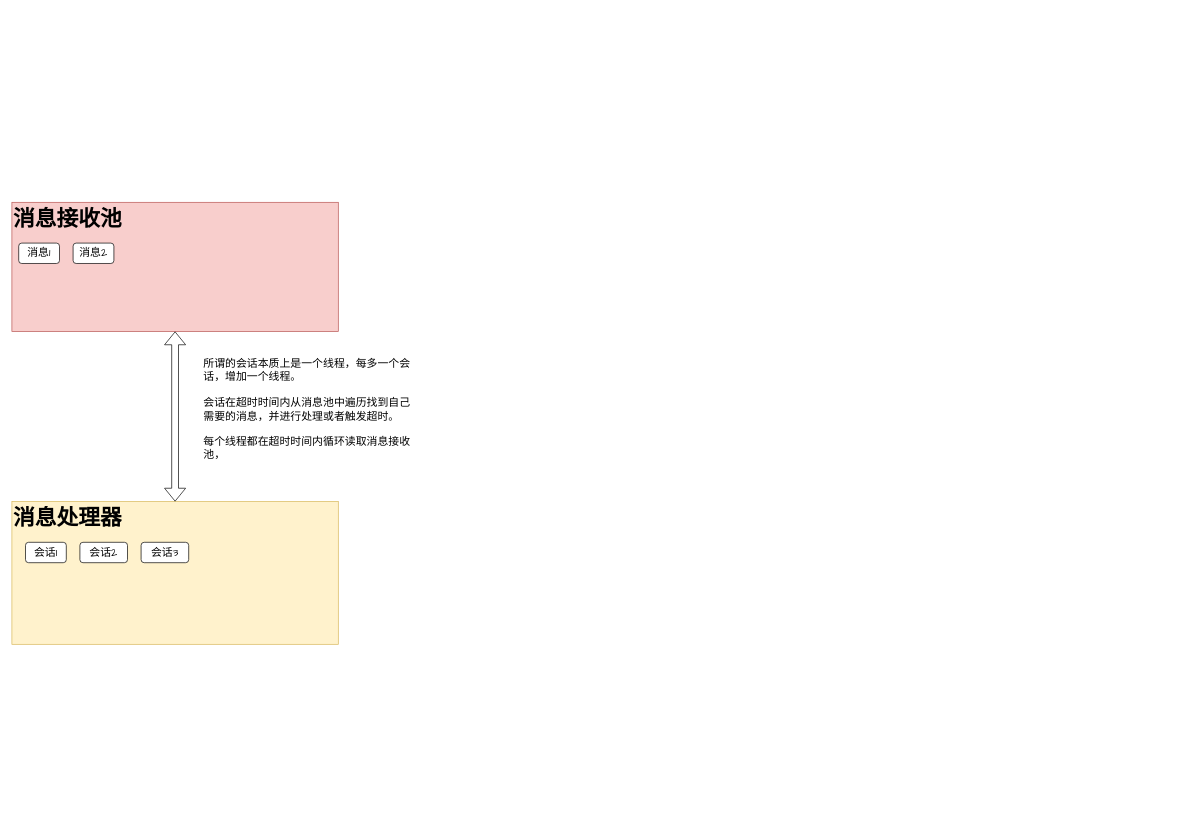
Above: page "SECS/Gem消息处理机制" (2 of 6) of 流程图绘制.drawio in ZerosZhang/Draft-Record (draw.io), before the change. Source tidied: cells renumbered, new cells numbered last; positions are measured from the earlier drawing's top-left corner, leaving out a move shared by most shapes. Both pictures are drawn from the tidied source at 68%, with x=0, y=0 at pixel (12, 202).
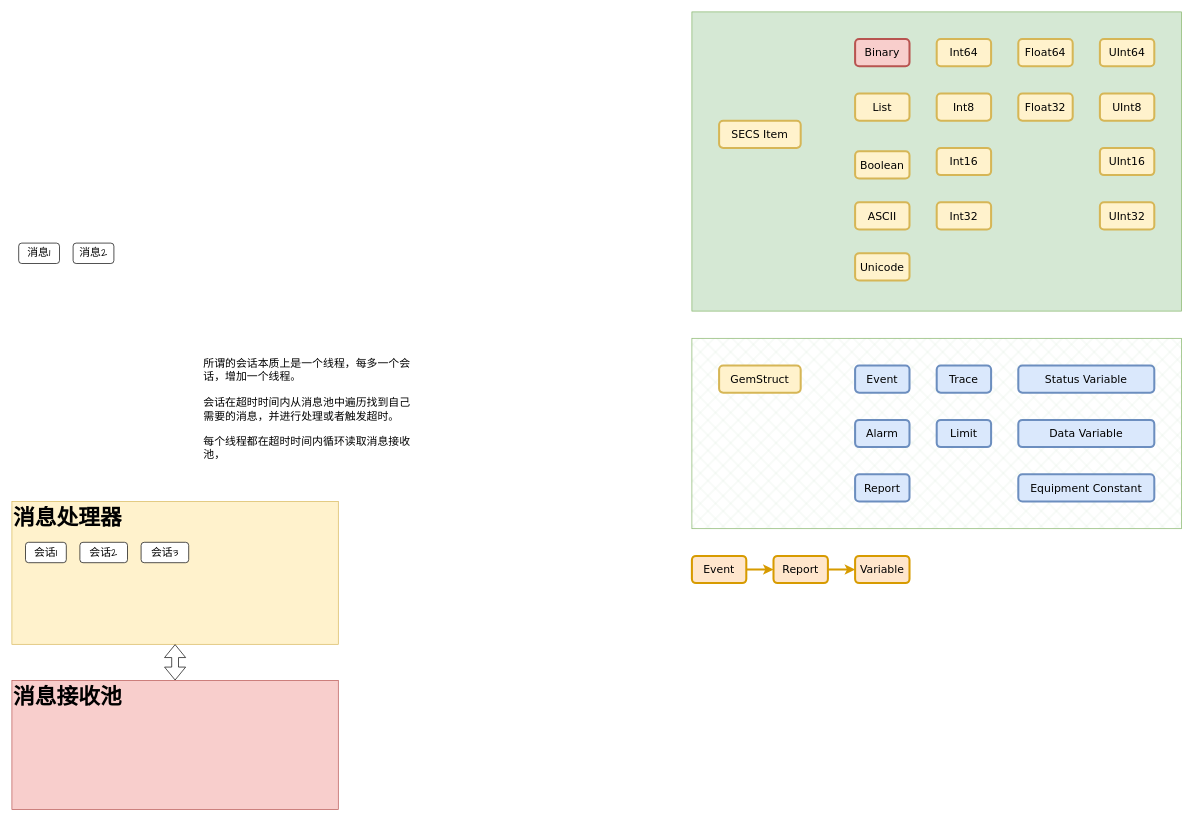
The same page after the edit.

Change to the diagram source:
```diff
@@
+    <mxCell id="11" value="&lt;h1 style=&quot;margin-top: 0px;&quot;&gt;&lt;br&gt;&lt;/h1&gt;" style="text;html=1;whiteSpace=wrap;overflow=hidden;rounded=0;fontFamily=Comic Sans MS;strokeColor=#82b366;glass=0;shadow=0;fillColor=#d5e8d4;spacingLeft=10;fillStyle=cross-hatch;" parent="1" vertex="1">
+      <mxGeometry x="1000" y="200" width="720" height="280" as="geometry" />
+    </mxCell>
+    <mxCell id="12" value="&lt;h1 style=&quot;margin-top: 0px;&quot;&gt;&lt;br&gt;&lt;/h1&gt;" style="text;html=1;whiteSpace=wrap;overflow=hidden;rounded=0;fontFamily=Comic Sans MS;strokeColor=#82b366;glass=0;shadow=0;fillColor=#d5e8d4;spacingLeft=10;" parent="1" vertex="1">
+      <mxGeometry x="1000" y="-280" width="720" height="440" as="geometry" />
+    </mxCell>
@@
     <mxCell id="6" value="&lt;h1 style=&quot;margin-top: 0px;&quot;&gt;消息接收池&lt;/h1&gt;&lt;p&gt;&lt;br&gt;&lt;/p&gt;" style="text;html=1;whiteSpace=wrap;overflow=hidden;rounded=0;fontFamily=Comic Sans MS;fontSize=16;fillColor=#f8cecc;strokeColor=#b85450;" parent="1" vertex="1">
-      <mxGeometry width="480" height="190" as="geometry" />
+      <mxGeometry y="703" width="480" height="190" as="geometry" />
     </mxCell>
@@
+    <mxCell id="13" value="Binary" style="whiteSpace=wrap;html=1;rounded=1;fillStyle=auto;strokeColor=#b85450;strokeWidth=3;align=center;verticalAlign=middle;fontFamily=Verdana;fontSize=16;labelBackgroundColor=none;fillColor=#f8cecc;" parent="1" vertex="1">
+      <mxGeometry x="1240" y="-240" width="80" height="40" as="geometry" />
+    </mxCell>
+    <mxCell id="14" value="SECS Item" style="whiteSpace=wrap;html=1;rounded=1;fillStyle=auto;strokeColor=#d6b656;strokeWidth=3;align=center;verticalAlign=middle;fontFamily=Verdana;fontSize=16;fontColor=default;labelBackgroundColor=none;fillColor=#fff2cc;" parent="1" vertex="1">
+      <mxGeometry x="1040" y="-120" width="120" height="40" as="geometry" />
+    </mxCell>
+    <mxCell id="15" value="List" style="whiteSpace=wrap;html=1;rounded=1;fillStyle=auto;strokeColor=#d6b656;strokeWidth=3;align=center;verticalAlign=middle;fontFamily=Verdana;fontSize=16;fontColor=default;labelBackgroundColor=none;fillColor=#fff2cc;" parent="1" vertex="1">
+      <mxGeometry x="1240" y="-160" width="80" height="40" as="geometry" />
+    </mxCell>
+    <mxCell id="16" value="Boolean" style="whiteSpace=wrap;html=1;rounded=1;fillStyle=auto;strokeColor=#d6b656;strokeWidth=3;align=center;verticalAlign=middle;fontFamily=Verdana;fontSize=16;fontColor=default;labelBackgroundColor=none;fillColor=#fff2cc;" parent="1" vertex="1">
+      <mxGeometry x="1240" y="-75" width="80" height="40" as="geometry" />
+    </mxCell>
+    <mxCell id="17" value="ASCII" style="whiteSpace=wrap;html=1;rounded=1;fillStyle=auto;strokeColor=#d6b656;strokeWidth=3;align=center;verticalAlign=middle;fontFamily=Verdana;fontSize=16;fontColor=default;labelBackgroundColor=none;fillColor=#fff2cc;" parent="1" vertex="1">
+      <mxGeometry x="1240" width="80" height="40" as="geometry" />
+    </mxCell>
+    <mxCell id="18" value="Unicode" style="whiteSpace=wrap;html=1;rounded=1;fillStyle=auto;strokeColor=#d6b656;strokeWidth=3;align=center;verticalAlign=middle;fontFamily=Verdana;fontSize=16;fontColor=default;labelBackgroundColor=none;fillColor=#fff2cc;" parent="1" vertex="1">
+      <mxGeometry x="1240" y="75" width="80" height="40" as="geometry" />
+    </mxCell>
+    <mxCell id="19" value="Int64" style="whiteSpace=wrap;html=1;rounded=1;fillStyle=auto;strokeColor=#d6b656;strokeWidth=3;align=center;verticalAlign=middle;fontFamily=Verdana;fontSize=16;fontColor=default;labelBackgroundColor=none;fillColor=#fff2cc;" parent="1" vertex="1">
+      <mxGeometry x="1360" y="-240" width="80" height="40" as="geometry" />
+    </mxCell>
+    <mxCell id="20" value="Int8" style="whiteSpace=wrap;html=1;rounded=1;fillStyle=auto;strokeColor=#d6b656;strokeWidth=3;align=center;verticalAlign=middle;fontFamily=Verdana;fontSize=16;fontColor=default;labelBackgroundColor=none;fillColor=#fff2cc;" parent="1" vertex="1">
+      <mxGeometry x="1360" y="-160" width="80" height="40" as="geometry" />
+    </mxCell>
+    <mxCell id="21" value="Int16" style="whiteSpace=wrap;html=1;rounded=1;fillStyle=auto;strokeColor=#d6b656;strokeWidth=3;align=center;verticalAlign=middle;fontFamily=Verdana;fontSize=16;fontColor=default;labelBackgroundColor=none;fillColor=#fff2cc;" parent="1" vertex="1">
+      <mxGeometry x="1360" y="-80" width="80" height="40" as="geometry" />
+    </mxCell>
+    <mxCell id="22" value="Int32" style="whiteSpace=wrap;html=1;rounded=1;fillStyle=auto;strokeColor=#d6b656;strokeWidth=3;align=center;verticalAlign=middle;fontFamily=Verdana;fontSize=16;fontColor=default;labelBackgroundColor=none;fillColor=#fff2cc;" parent="1" vertex="1">
+      <mxGeometry x="1360" width="80" height="40" as="geometry" />
+    </mxCell>
+    <mxCell id="23" value="Float64" style="whiteSpace=wrap;html=1;rounded=1;fillStyle=auto;strokeColor=#d6b656;strokeWidth=3;align=center;verticalAlign=middle;fontFamily=Verdana;fontSize=16;fontColor=default;labelBackgroundColor=none;fillColor=#fff2cc;" parent="1" vertex="1">
+      <mxGeometry x="1480" y="-240" width="80" height="40" as="geometry" />
+    </mxCell>
+    <mxCell id="24" value="Float32" style="whiteSpace=wrap;html=1;rounded=1;fillStyle=auto;strokeColor=#d6b656;strokeWidth=3;align=center;verticalAlign=middle;fontFamily=Verdana;fontSize=16;fontColor=default;labelBackgroundColor=none;fillColor=#fff2cc;" parent="1" vertex="1">
+      <mxGeometry x="1480" y="-160" width="80" height="40" as="geometry" />
+    </mxCell>
+    <mxCell id="25" value="UInt64" style="whiteSpace=wrap;html=1;rounded=1;fillStyle=auto;strokeColor=#d6b656;strokeWidth=3;align=center;verticalAlign=middle;fontFamily=Verdana;fontSize=16;fontColor=default;labelBackgroundColor=none;fillColor=#fff2cc;" parent="1" vertex="1">
+      <mxGeometry x="1600" y="-240" width="80" height="40" as="geometry" />
+    </mxCell>
+    <mxCell id="26" value="UInt8" style="whiteSpace=wrap;html=1;rounded=1;fillStyle=auto;strokeColor=#d6b656;strokeWidth=3;align=center;verticalAlign=middle;fontFamily=Verdana;fontSize=16;fontColor=default;labelBackgroundColor=none;fillColor=#fff2cc;" parent="1" vertex="1">
+      <mxGeometry x="1600" y="-160" width="80" height="40" as="geometry" />
+    </mxCell>
+    <mxCell id="27" value="UInt16" style="whiteSpace=wrap;html=1;rounded=1;fillStyle=auto;strokeColor=#d6b656;strokeWidth=3;align=center;verticalAlign=middle;fontFamily=Verdana;fontSize=16;fontColor=default;labelBackgroundColor=none;fillColor=#fff2cc;" parent="1" vertex="1">
+      <mxGeometry x="1600" y="-80" width="80" height="40" as="geometry" />
+    </mxCell>
+    <mxCell id="28" value="UInt32" style="whiteSpace=wrap;html=1;rounded=1;fillStyle=auto;strokeColor=#d6b656;strokeWidth=3;align=center;verticalAlign=middle;fontFamily=Verdana;fontSize=16;fontColor=default;labelBackgroundColor=none;fillColor=#fff2cc;" parent="1" vertex="1">
+      <mxGeometry x="1600" width="80" height="40" as="geometry" />
+    </mxCell>
+    <mxCell id="29" value="GemStruct" style="whiteSpace=wrap;html=1;rounded=1;fillStyle=auto;strokeColor=#d6b656;strokeWidth=3;align=center;verticalAlign=middle;fontFamily=Verdana;fontSize=16;fontColor=default;labelBackgroundColor=none;fillColor=#fff2cc;" parent="1" vertex="1">
+      <mxGeometry x="1040" y="240" width="120" height="40" as="geometry" />
+    </mxCell>
+    <mxCell id="30" value="Event" style="whiteSpace=wrap;html=1;rounded=1;fillStyle=auto;strokeColor=#6c8ebf;strokeWidth=3;align=center;verticalAlign=middle;fontFamily=Verdana;fontSize=16;labelBackgroundColor=none;fillColor=#dae8fc;" parent="1" vertex="1">
+      <mxGeometry x="1240" y="240" width="80" height="40" as="geometry" />
+    </mxCell>
+    <mxCell id="31" value="Alarm" style="whiteSpace=wrap;html=1;rounded=1;fillStyle=auto;strokeColor=#6c8ebf;strokeWidth=3;align=center;verticalAlign=middle;fontFamily=Verdana;fontSize=16;labelBackgroundColor=none;fillColor=#dae8fc;" parent="1" vertex="1">
+      <mxGeometry x="1240" y="320" width="80" height="40" as="geometry" />
+    </mxCell>
+    <mxCell id="32" value="Report" style="whiteSpace=wrap;html=1;rounded=1;fillStyle=auto;strokeColor=#6c8ebf;strokeWidth=3;align=center;verticalAlign=middle;fontFamily=Verdana;fontSize=16;labelBackgroundColor=none;fillColor=#dae8fc;" parent="1" vertex="1">
+      <mxGeometry x="1240" y="400" width="80" height="40" as="geometry" />
+    </mxCell>
+    <mxCell id="33" value="Trace" style="whiteSpace=wrap;html=1;rounded=1;fillStyle=auto;strokeColor=#6c8ebf;strokeWidth=3;align=center;verticalAlign=middle;fontFamily=Verdana;fontSize=16;labelBackgroundColor=none;fillColor=#dae8fc;" parent="1" vertex="1">
+      <mxGeometry x="1360" y="240" width="80" height="40" as="geometry" />
+    </mxCell>
+    <mxCell id="34" value="Limit" style="whiteSpace=wrap;html=1;rounded=1;fillStyle=auto;strokeColor=#6c8ebf;strokeWidth=3;align=center;verticalAlign=middle;fontFamily=Verdana;fontSize=16;labelBackgroundColor=none;fillColor=#dae8fc;" parent="1" vertex="1">
+      <mxGeometry x="1360" y="320" width="80" height="40" as="geometry" />
+    </mxCell>
+    <mxCell id="35" value="Status Variable" style="whiteSpace=wrap;html=1;rounded=1;fillStyle=auto;strokeColor=#6c8ebf;strokeWidth=3;align=center;verticalAlign=middle;fontFamily=Verdana;fontSize=16;labelBackgroundColor=none;fillColor=#dae8fc;" parent="1" vertex="1">
+      <mxGeometry x="1480" y="240" width="200" height="40" as="geometry" />
+    </mxCell>
+    <mxCell id="36" value="Data Variable" style="whiteSpace=wrap;html=1;rounded=1;fillStyle=auto;strokeColor=#6c8ebf;strokeWidth=3;align=center;verticalAlign=middle;fontFamily=Verdana;fontSize=16;labelBackgroundColor=none;fillColor=#dae8fc;" parent="1" vertex="1">
+      <mxGeometry x="1480" y="320" width="200" height="40" as="geometry" />
+    </mxCell>
+    <mxCell id="37" value="Equipment Constant" style="whiteSpace=wrap;html=1;rounded=1;fillStyle=auto;strokeColor=#6c8ebf;strokeWidth=3;align=center;verticalAlign=middle;fontFamily=Verdana;fontSize=16;labelBackgroundColor=none;fillColor=#dae8fc;" parent="1" vertex="1">
+      <mxGeometry x="1480" y="400" width="200" height="40" as="geometry" />
+    </mxCell>
+    <mxCell id="38" style="edgeStyle=orthogonalEdgeStyle;rounded=0;jettySize=auto;html=1;fillColor=#ffe6cc;strokeColor=#d79b00;strokeWidth=3;" parent="1" edge="1" source="39" target="41">
+      <mxGeometry relative="1" as="geometry" />
+    </mxCell>
+    <mxCell id="39" value="Event" style="whiteSpace=wrap;html=1;rounded=1;fillStyle=auto;strokeColor=#d79b00;strokeWidth=3;align=center;verticalAlign=middle;fontFamily=Verdana;fontSize=16;labelBackgroundColor=none;fillColor=#ffe6cc;" parent="1" vertex="1">
+      <mxGeometry x="1000" y="520" width="80" height="40" as="geometry" />
+    </mxCell>
+    <mxCell id="40" style="edgeStyle=orthogonalEdgeStyle;rounded=0;jettySize=auto;html=1;fillColor=#ffe6cc;strokeColor=#d79b00;strokeWidth=3;" parent="1" edge="1" source="41" target="42">
+      <mxGeometry relative="1" as="geometry" />
+    </mxCell>
+    <mxCell id="41" value="Report" style="whiteSpace=wrap;html=1;rounded=1;fillStyle=auto;strokeColor=#d79b00;strokeWidth=3;align=center;verticalAlign=middle;fontFamily=Verdana;fontSize=16;labelBackgroundColor=none;fillColor=#ffe6cc;" parent="1" vertex="1">
+      <mxGeometry x="1120" y="520" width="80" height="40" as="geometry" />
+    </mxCell>
+    <mxCell id="42" value="Variable" style="whiteSpace=wrap;html=1;rounded=1;fillStyle=auto;strokeColor=#d79b00;strokeWidth=3;align=center;verticalAlign=middle;fontFamily=Verdana;fontSize=16;labelBackgroundColor=none;fillColor=#ffe6cc;" parent="1" vertex="1">
+      <mxGeometry x="1240" y="520" width="80" height="40" as="geometry" />
+    </mxCell>
```
